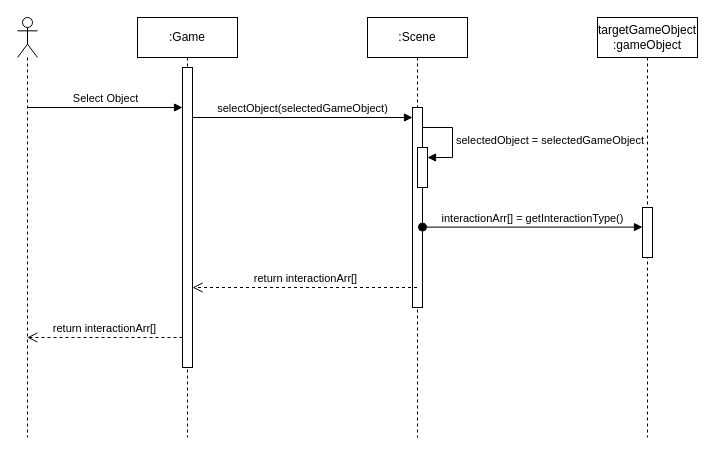
Earlier version of the draw.io diagram page "selectObject" (2 of 6) of domain-model.drawio (Jesper-R/PA1460). Source tidied: cells renumbered, new cells numbered last; positions are measured from the earlier drawing's top-left corner, leaving out a move shared by most shapes. Both pictures are drawn from the tidied source at 100%, with x=0, y=0 at pixel (17, 17).
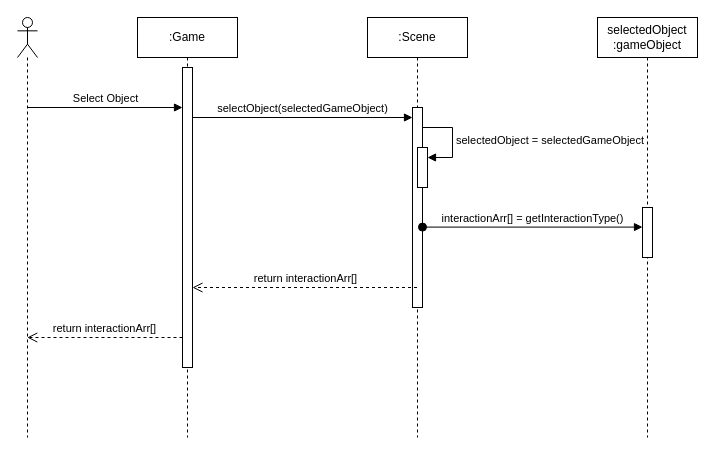
The same page after the edit.

The edit, as a diff of the source:
```diff
@@
-    <mxCell id="9" value="targetGameObject&lt;br&gt;:gameObject" style="shape=umlLifeline;perimeter=lifelinePerimeter;whiteSpace=wrap;html=1;newEdgeStyle={&quot;curved&quot;:0,&quot;rounded&quot;:0};" parent="1" vertex="1">
+    <mxCell id="9" value="selectedObject&lt;br&gt;:gameObject" style="shape=umlLifeline;perimeter=lifelinePerimeter;whiteSpace=wrap;html=1;newEdgeStyle={&quot;curved&quot;:0,&quot;rounded&quot;:0};" parent="1" vertex="1">
       <mxGeometry x="580" width="100" height="420" as="geometry" />
     </mxCell>
```
